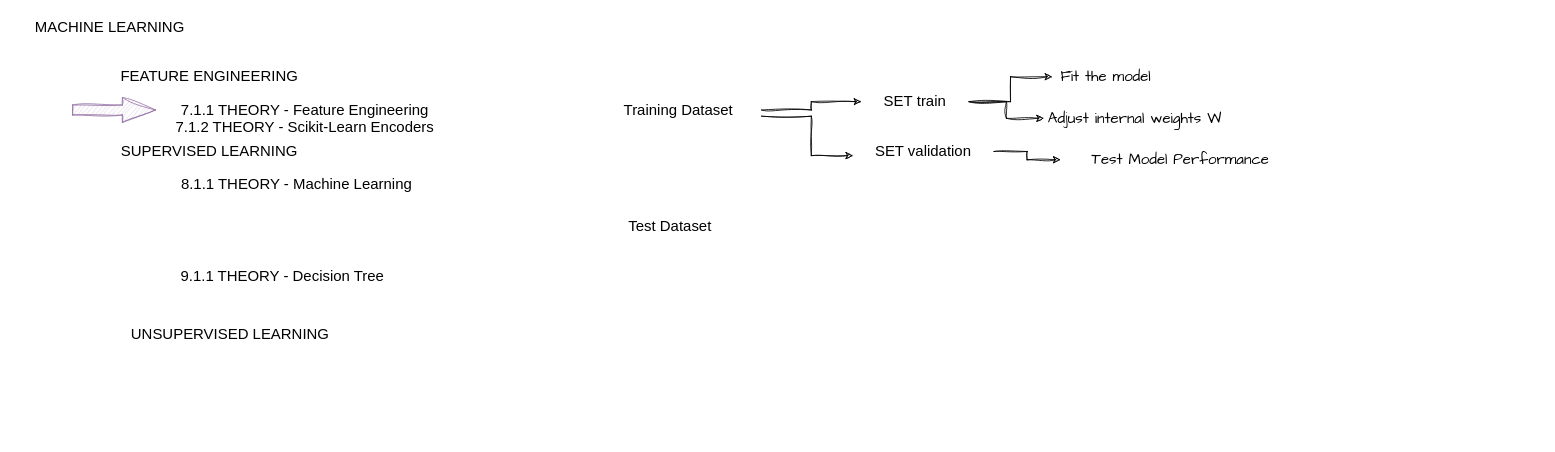
The draw.io diagram Sprint2.drawio in Innoktiv/Anyone-AI, before the edit. Source tidied: cells renumbered, new cells numbered last; positions are measured from the earlier drawing's top-left corner, leaving out a move shared by most shapes. Both pictures are drawn from the tidied source at 83%, with x=0, y=0 at pixel (14, 14).
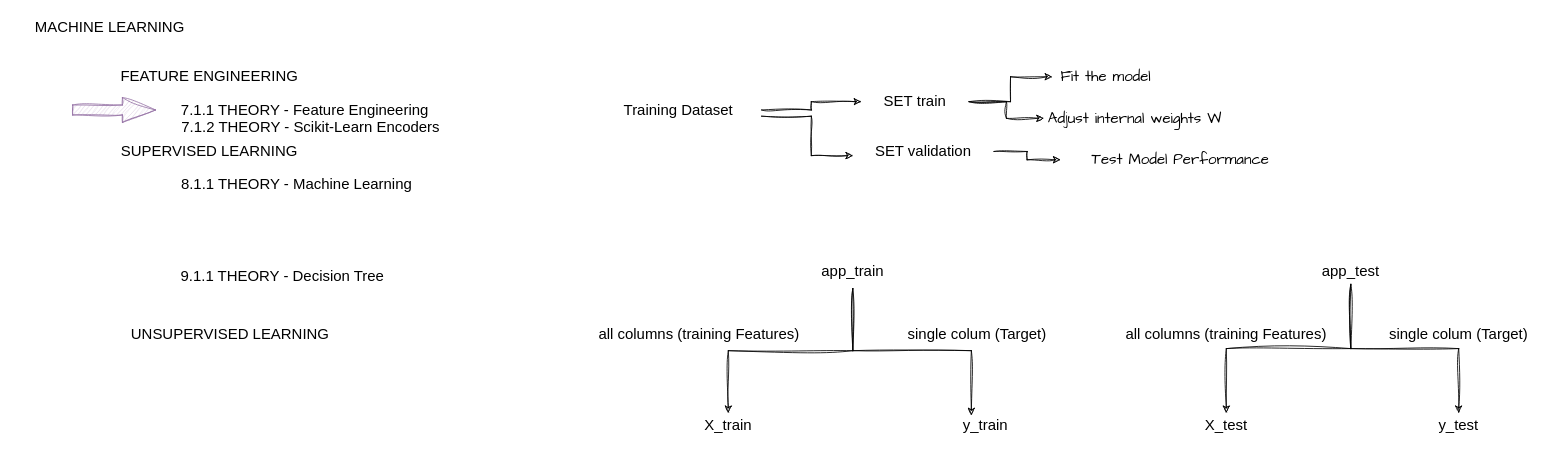
Above is the later version.

Commit message:
FEATURES ASSIGNMENT

What changed in the source:
```diff
@@
-    <mxCell id="21" value="&lt;font face=&quot;Helvetica&quot; style=&quot;font-size: 18px;&quot;&gt;Test Dataset&lt;br&gt;&lt;/font&gt;" style="text;html=1;align=center;verticalAlign=middle;whiteSpace=wrap;rounded=0;fontFamily=Architects Daughter;" parent="1" vertex="1">
-      <mxGeometry x="690" y="240" width="200" height="30" as="geometry" />
-    </mxCell>
     <mxCell id="22" value="&lt;font face=&quot;Helvetica&quot; style=&quot;font-size: 18px;&quot;&gt;7.1.2 THEORY - Scikit-Learn Encoders&lt;br&gt;&lt;/font&gt;" style="text;html=1;align=center;verticalAlign=middle;whiteSpace=wrap;rounded=0;fontFamily=Architects Daughter;" parent="1" vertex="1">
-      <mxGeometry x="190" y="121" width="320" height="30" as="geometry" />
+      <mxGeometry x="197" y="121" width="320" height="30" as="geometry" />
     </mxCell>
+    <mxCell id="23" style="edgeStyle=orthogonalEdgeStyle;rounded=0;sketch=1;hachureGap=4;jiggle=2;curveFitting=1;jettySize=auto;html=1;fontFamily=Architects Daughter;" parent="1" edge="1" source="24" target="29">
+      <mxGeometry relative="1" as="geometry" />
+    </mxCell>
+    <mxCell id="24" value="&lt;font face=&quot;Helvetica&quot; style=&quot;font-size: 18px;&quot;&gt;app_train&lt;br&gt;&lt;/font&gt;" style="text;html=1;align=center;verticalAlign=middle;whiteSpace=wrap;rounded=0;fontFamily=Architects Daughter;" parent="1" vertex="1">
+      <mxGeometry x="910" y="290" width="200" height="40" as="geometry" />
+    </mxCell>
+    <mxCell id="25" value="&lt;font face=&quot;Helvetica&quot; style=&quot;font-size: 18px;&quot;&gt;all columns (training Features)&lt;br&gt;&lt;/font&gt;" style="text;html=1;align=center;verticalAlign=middle;whiteSpace=wrap;rounded=0;fontFamily=Architects Daughter;" parent="1" vertex="1">
+      <mxGeometry x="700" y="370" width="250" height="30" as="geometry" />
+    </mxCell>
+    <mxCell id="26" style="edgeStyle=orthogonalEdgeStyle;rounded=0;sketch=1;hachureGap=4;jiggle=2;curveFitting=1;jettySize=auto;html=1;fontFamily=Architects Daughter;" parent="1" edge="1" source="28" target="31">
+      <mxGeometry relative="1" as="geometry" />
+    </mxCell>
+    <mxCell id="27" style="edgeStyle=orthogonalEdgeStyle;rounded=0;sketch=1;hachureGap=4;jiggle=2;curveFitting=1;jettySize=auto;html=1;fontFamily=Architects Daughter;" parent="1" edge="1" source="28" target="32">
+      <mxGeometry relative="1" as="geometry" />
+    </mxCell>
+    <mxCell id="28" value="&lt;font face=&quot;Helvetica&quot; style=&quot;font-size: 18px;&quot;&gt;app_test&lt;/font&gt;" style="text;html=1;align=center;verticalAlign=middle;whiteSpace=wrap;rounded=0;fontFamily=Architects Daughter;" parent="1" vertex="1">
+      <mxGeometry x="1510" y="295" width="200" height="30" as="geometry" />
+    </mxCell>
+    <mxCell id="29" value="&lt;span style=&quot;font-family: Helvetica; font-size: 18px;&quot;&gt;X_train&lt;/span&gt;&lt;font face=&quot;Helvetica&quot; style=&quot;font-size: 18px;&quot;&gt;&lt;br&gt;&lt;/font&gt;" style="text;html=1;align=center;verticalAlign=middle;whiteSpace=wrap;rounded=0;fontFamily=Architects Daughter;" parent="1" vertex="1">
+      <mxGeometry x="760" y="480" width="200" height="30" as="geometry" />
+    </mxCell>
+    <mxCell id="30" value="&lt;font face=&quot;Helvetica&quot; style=&quot;font-size: 18px;&quot;&gt;y_train&lt;br&gt;&lt;/font&gt;" style="text;html=1;align=center;verticalAlign=middle;whiteSpace=wrap;rounded=0;fontFamily=Architects Daughter;" parent="1" vertex="1">
+      <mxGeometry x="1070" y="480" width="200" height="30" as="geometry" />
+    </mxCell>
+    <mxCell id="31" value="&lt;span style=&quot;font-family: Helvetica; font-size: 18px;&quot;&gt;X_test&lt;/span&gt;&lt;font face=&quot;Helvetica&quot; style=&quot;font-size: 18px;&quot;&gt;&lt;br&gt;&lt;/font&gt;" style="text;html=1;align=center;verticalAlign=middle;whiteSpace=wrap;rounded=0;fontFamily=Architects Daughter;" parent="1" vertex="1">
+      <mxGeometry x="1360" y="480" width="200" height="30" as="geometry" />
+    </mxCell>
+    <mxCell id="32" value="&lt;font face=&quot;Helvetica&quot; style=&quot;font-size: 18px;&quot;&gt;y_test&lt;br&gt;&lt;/font&gt;" style="text;html=1;align=center;verticalAlign=middle;whiteSpace=wrap;rounded=0;fontFamily=Architects Daughter;" parent="1" vertex="1">
+      <mxGeometry x="1640" y="480" width="200" height="30" as="geometry" />
+    </mxCell>
+    <mxCell id="33" style="edgeStyle=orthogonalEdgeStyle;rounded=0;sketch=1;hachureGap=4;jiggle=2;curveFitting=1;jettySize=auto;html=1;entryX=0.414;entryY=0.089;entryDx=0;entryDy=0;entryPerimeter=0;fontFamily=Architects Daughter;" parent="1" edge="1" source="24" target="30">
+      <mxGeometry relative="1" as="geometry" />
+    </mxCell>
+    <mxCell id="34" value="&lt;font face=&quot;Helvetica&quot; style=&quot;font-size: 18px;&quot;&gt;single colum (Target)&lt;br&gt;&lt;/font&gt;" style="text;html=1;align=center;verticalAlign=middle;whiteSpace=wrap;rounded=0;fontFamily=Architects Daughter;" parent="1" vertex="1">
+      <mxGeometry x="1060" y="370" width="200" height="30" as="geometry" />
+    </mxCell>
+    <mxCell id="35" value="&lt;font face=&quot;Helvetica&quot; style=&quot;font-size: 18px;&quot;&gt;single colum (Target)&lt;br&gt;&lt;/font&gt;" style="text;html=1;align=center;verticalAlign=middle;whiteSpace=wrap;rounded=0;fontFamily=Architects Daughter;" parent="1" vertex="1">
+      <mxGeometry x="1640" y="370" width="200" height="30" as="geometry" />
+    </mxCell>
+    <mxCell id="36" value="&lt;font face=&quot;Helvetica&quot; style=&quot;font-size: 18px;&quot;&gt;all columns (training Features)&lt;br&gt;&lt;/font&gt;" style="text;html=1;align=center;verticalAlign=middle;whiteSpace=wrap;rounded=0;fontFamily=Architects Daughter;" parent="1" vertex="1">
+      <mxGeometry x="1335" y="370" width="250" height="30" as="geometry" />
+    </mxCell>
```
